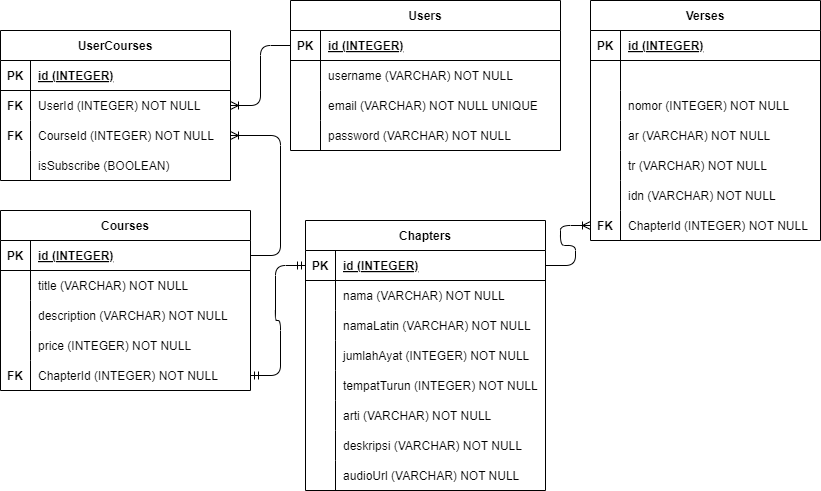
This is server/schema/schema.drawio.png from MuhammadFarhanRosidi/quran-ai-chatbot, a draw.io export, as it was before one commit. Source tidied: cells renumbered, new cells last; positions are measured from the earlier drawing's top-left corner, leaving out a move shared by most shapes.
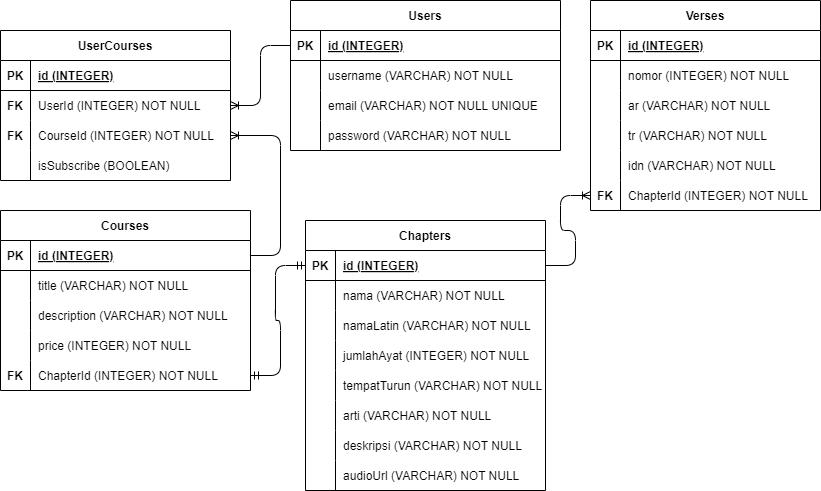
Later version of the same file.

Change to the diagram source:
```diff
@@ -3,7 +3,7 @@
     <mxCell id="0" />
     <mxCell id="1" parent="0" />
     <mxCell id="2" value="Verses" style="shape=table;startSize=30;rowLines=0;fontStyle=1;align=center;" parent="1" vertex="1">
-      <mxGeometry x="590" width="230" height="240" as="geometry" />
+      <mxGeometry x="590" width="230" height="210" as="geometry" />
     </mxCell>
     <mxCell id="3" style="shape=tableRow;horizontal=0;startSize=0;swimlaneHead=0;swimlaneBody=0;fillColor=none;top=0;left=0;right=0;bottom=1;" parent="2" vertex="1">
       <mxGeometry y="30" width="230" height="30" as="geometry" />
@@ -14,17 +14,8 @@
     <mxCell id="5" value="id (INTEGER)" style="shape=partialRectangle;fillColor=none;top=0;left=0;bottom=0;right=0;align=left;spacingLeft=6;fontStyle=5;overflow=hidden;" parent="3" vertex="1">
       <mxGeometry x="30" width="200" height="30" as="geometry" />
     </mxCell>
-    <mxCell id="6" style="shape=tableRow;horizontal=0;startSize=0;swimlaneHead=0;swimlaneBody=0;fillColor=none;top=0;left=0;right=0;bottom=0;" parent="2" vertex="1">
-      <mxGeometry y="60" width="230" height="30" as="geometry" />
-    </mxCell>
-    <mxCell id="7" style="shape=partialRectangle;fillColor=none;top=0;left=0;bottom=0;right=0;overflow=hidden;" parent="6" vertex="1">
-      <mxGeometry width="30" height="30" as="geometry" />
-    </mxCell>
-    <mxCell id="8" style="shape=partialRectangle;fillColor=none;top=0;left=0;bottom=0;right=0;align=left;spacingLeft=6;overflow=hidden;" parent="6" vertex="1">
-      <mxGeometry x="30" width="200" height="30" as="geometry" />
-    </mxCell>
     <mxCell id="9" style="shape=tableRow;horizontal=0;startSize=0;swimlaneHead=0;swimlaneBody=0;fillColor=none;top=0;left=0;right=0;bottom=0;" parent="2" vertex="1">
-      <mxGeometry y="90" width="230" height="30" as="geometry" />
+      <mxGeometry y="60" width="230" height="30" as="geometry" />
     </mxCell>
     <mxCell id="10" style="shape=partialRectangle;fillColor=none;top=0;left=0;bottom=0;right=0;overflow=hidden;" parent="9" vertex="1">
       <mxGeometry width="30" height="30" as="geometry" />
@@ -33,7 +24,7 @@
       <mxGeometry x="30" width="200" height="30" as="geometry" />
     </mxCell>
     <mxCell id="12" style="shape=tableRow;horizontal=0;startSize=0;swimlaneHead=0;swimlaneBody=0;fillColor=none;top=0;left=0;right=0;bottom=0;" parent="2" vertex="1">
-      <mxGeometry y="120" width="230" height="30" as="geometry" />
+      <mxGeometry y="90" width="230" height="30" as="geometry" />
     </mxCell>
     <mxCell id="13" style="shape=partialRectangle;fillColor=none;top=0;left=0;bottom=0;right=0;overflow=hidden;" parent="12" vertex="1">
       <mxGeometry width="30" height="30" as="geometry" />
@@ -42,7 +33,7 @@
       <mxGeometry x="30" width="200" height="30" as="geometry" />
     </mxCell>
     <mxCell id="15" style="shape=tableRow;horizontal=0;startSize=0;swimlaneHead=0;swimlaneBody=0;fillColor=none;top=0;left=0;right=0;bottom=0;" parent="2" vertex="1">
-      <mxGeometry y="150" width="230" height="30" as="geometry" />
+      <mxGeometry y="120" width="230" height="30" as="geometry" />
     </mxCell>
     <mxCell id="16" style="shape=partialRectangle;fillColor=none;top=0;left=0;bottom=0;right=0;overflow=hidden;" parent="15" vertex="1">
       <mxGeometry width="30" height="30" as="geometry" />
@@ -51,7 +42,7 @@
       <mxGeometry x="30" width="200" height="30" as="geometry" />
     </mxCell>
     <mxCell id="18" style="shape=tableRow;horizontal=0;startSize=0;swimlaneHead=0;swimlaneBody=0;fillColor=none;top=0;left=0;right=0;bottom=0;" parent="2" vertex="1">
-      <mxGeometry y="180" width="230" height="30" as="geometry" />
+      <mxGeometry y="150" width="230" height="30" as="geometry" />
     </mxCell>
     <mxCell id="19" style="shape=partialRectangle;fillColor=none;top=0;left=0;bottom=0;right=0;overflow=hidden;" parent="18" vertex="1">
       <mxGeometry width="30" height="30" as="geometry" />
@@ -60,7 +51,7 @@
       <mxGeometry x="30" width="200" height="30" as="geometry" />
     </mxCell>
     <mxCell id="21" style="shape=tableRow;horizontal=0;startSize=0;swimlaneHead=0;swimlaneBody=0;fillColor=none;points=[[0,0.5],[1,0.5]];portConstraint=eastwest;top=0;left=0;right=0;bottom=0;" parent="2" vertex="1">
-      <mxGeometry y="210" width="230" height="30" as="geometry" />
+      <mxGeometry y="180" width="230" height="30" as="geometry" />
     </mxCell>
     <mxCell id="22" value="FK" style="shape=partialRectangle;fillColor=none;top=0;left=0;bottom=0;right=0;overflow=hidden;fontStyle=1;" parent="21" vertex="1">
       <mxGeometry width="30" height="30" as="geometry" />
@@ -152,7 +143,7 @@
     <mxCell id="51" style="shape=partialRectangle;fillColor=none;top=0;left=0;bottom=0;right=0;overflow=hidden;" parent="50" vertex="1">
       <mxGeometry width="30" height="30" as="geometry" />
     </mxCell>
-    <mxCell id="52" value="tempatTurun (INTEGER) NOT NULL" style="shape=partialRectangle;fillColor=none;top=0;left=0;bottom=0;right=0;align=left;spacingLeft=6;overflow=hidden;" parent="50" vertex="1">
+    <mxCell id="52" value="tempatTurun (VARCHAR) NOT NULL" style="shape=partialRectangle;fillColor=none;top=0;left=0;bottom=0;right=0;align=left;spacingLeft=6;overflow=hidden;" parent="50" vertex="1">
       <mxGeometry x="30" width="210" height="30" as="geometry" />
     </mxCell>
     <mxCell id="53" style="shape=tableRow;horizontal=0;startSize=0;swimlaneHead=0;swimlaneBody=0;fillColor=none;top=0;left=0;right=0;bottom=0;" parent="37" vertex="1">
```
